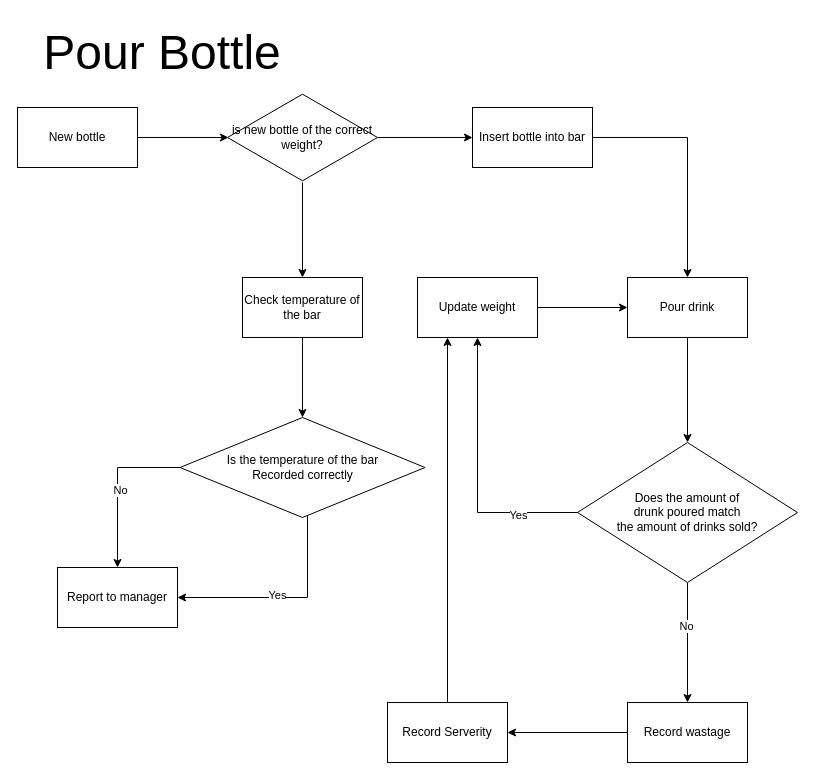
Above: page "Pour Bottle" (2 of 4) of pour_spirit.drawio in jake4327/Fundamental_Project (draw.io), before the change. Source tidied: cells renumbered, new cells numbered last; positions are measured from the earlier drawing's top-left corner, leaving out a move shared by most shapes. Both pictures are drawn from the tidied source at 100%, with x=0, y=0 at pixel (17, 17).
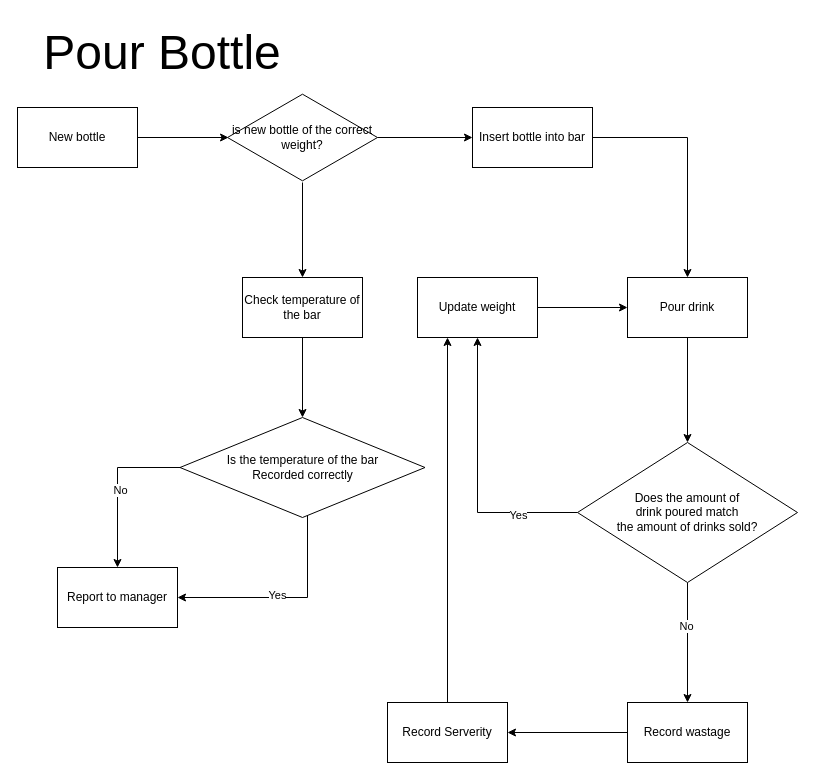
Above is the later version.

The edit, as a diff of the source:
```diff
@@
-    <mxCell id="24" value="&lt;div&gt;Does the amount of &lt;br&gt;&lt;/div&gt;&lt;div&gt;drunk poured match &lt;br&gt;&lt;/div&gt;&lt;div&gt;the amount of drinks sold?&lt;/div&gt;" style="rhombus;whiteSpace=wrap;html=1;" parent="1" vertex="1">
+    <mxCell id="24" value="&lt;div&gt;Does the amount of &lt;br&gt;&lt;/div&gt;&lt;div&gt;drink poured match &lt;br&gt;&lt;/div&gt;&lt;div&gt;the amount of drinks sold?&lt;/div&gt;" style="rhombus;whiteSpace=wrap;html=1;" parent="1" vertex="1">
       <mxGeometry x="560" y="425" width="220" height="140" as="geometry" />
     </mxCell>
```
